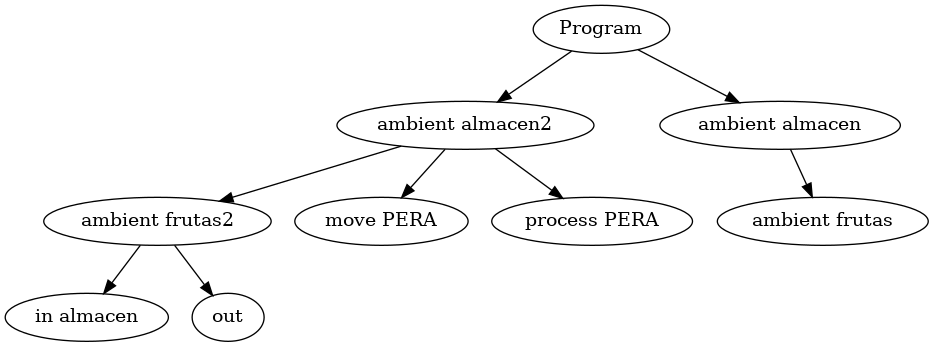
Above: ast.png in Sebas03446/AmbientCalculusLanguage (Graphviz), before the change. Its source is kept beside it as ast.dot.
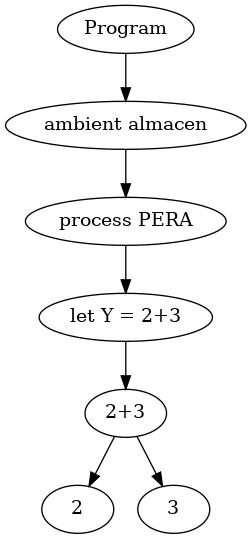
Above is the later version.

What changed in the source:
```diff
@@ -1,19 +1,15 @@
 digraph G {
   node0 [label="Program"];
-  node1 [label="ambient almacen2"];
-  node2 [label="ambient frutas2"];
-  node3 [label="in almacen"];
-  node4 [label="out"];
-  node5 [label="move PERA"];
-  node6 [label="process PERA"];
-  node7 [label="ambient almacen"];
-  node8 [label="ambient frutas"];
+  node1 [label="ambient almacen"];
+  node2 [label="process PERA"];
+  node3 [label="let Y = 2+3"];
+  node4 [label="2+3"];
+  node5 [label="2"];
+  node6 [label="3"];
   node0 -> node1;
   node1 -> node2;
   node2 -> node3;
-  node2 -> node4;
-  node1 -> node5;
-  node1 -> node6;
-  node0 -> node7;
-  node7 -> node8;
+  node3 -> node4;
+  node4 -> node5;
+  node4 -> node6;
 }
```
